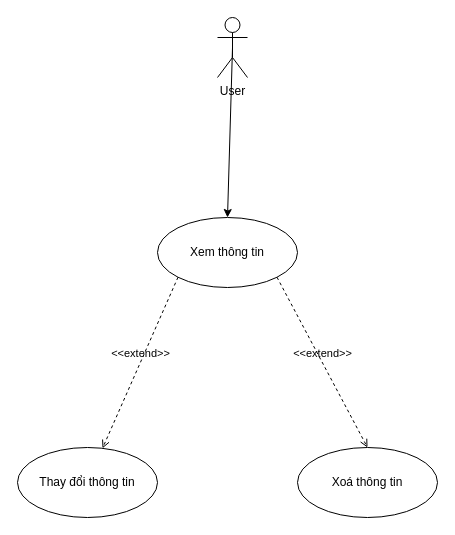
Earlier version of the draw.io diagram usecase_xemthongtin.drawio (alikuxac/alikuxac). Source tidied: cells renumbered, new cells numbered last; positions are measured from the earlier drawing's top-left corner, leaving out a move shared by most shapes. Both pictures are drawn from the tidied source at 100%, with x=0, y=0 at pixel (17, 17).
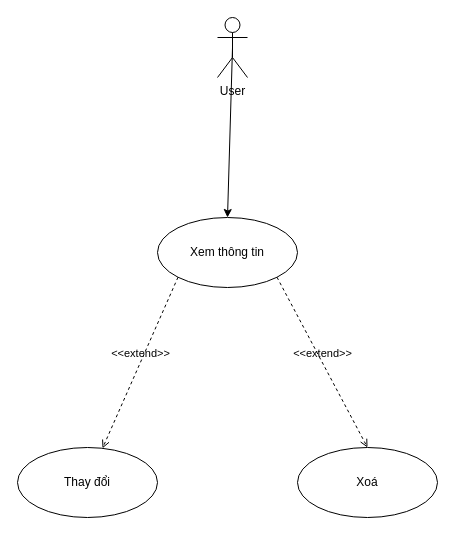
The same page after the edit.

Change to the diagram source:
```diff
@@
 <mxGraphModel>
   <root>
     <mxCell id="0" />
     <mxCell id="1" parent="0" />
     <mxCell id="2" value="User" style="shape=umlActor;verticalLabelPosition=bottom;verticalAlign=top;html=1;" parent="1" vertex="1">
       <mxGeometry x="200" width="30" height="60" as="geometry" />
     </mxCell>
     <mxCell id="3" value="Xem thông tin" style="ellipse;whiteSpace=wrap;html=1;" parent="1" vertex="1">
       <mxGeometry x="140" y="200" width="140" height="70" as="geometry" />
     </mxCell>
     <mxCell id="4" style="endArrow=classic;html=1;rounded=0;exitX=0.5;exitY=0.5;exitDx=0;exitDy=0;exitPerimeter=0;entryX=0.5;entryY=0;entryDx=0;entryDy=0;" parent="1" edge="1" source="2" target="3">
       <mxGeometry relative="1" as="geometry" />
     </mxCell>
     <mxCell id="5" value="&amp;lt;&amp;lt;extend&amp;gt;&amp;gt;" style="html=1;verticalAlign=bottom;labelBackgroundColor=none;endArrow=open;endFill=0;dashed=1;rounded=0;exitX=0;exitY=1;exitDx=0;exitDy=0;" parent="1" edge="1" source="3" target="6">
       <mxGeometry relative="1" as="geometry" />
     </mxCell>
-    <mxCell id="6" value="Thay đổi thông tin" style="ellipse;whiteSpace=wrap;html=1;" parent="1" vertex="1">
+    <mxCell id="6" value="Thay đổi" style="ellipse;whiteSpace=wrap;html=1;" parent="1" vertex="1">
       <mxGeometry y="430" width="140" height="70" as="geometry" />
     </mxCell>
-    <mxCell id="7" value="Xoá thông tin" style="ellipse;whiteSpace=wrap;html=1;" parent="1" vertex="1">
+    <mxCell id="7" value="Xoá" style="ellipse;whiteSpace=wrap;html=1;" parent="1" vertex="1">
       <mxGeometry x="280" y="430" width="140" height="70" as="geometry" />
     </mxCell>
     <mxCell id="8" value="&amp;lt;&amp;lt;extend&amp;gt;&amp;gt;" style="html=1;verticalAlign=bottom;labelBackgroundColor=none;endArrow=open;endFill=0;dashed=1;rounded=0;exitX=1;exitY=1;exitDx=0;exitDy=0;entryX=0.5;entryY=0;entryDx=0;entryDy=0;" parent="1" edge="1" source="3" target="7">
       <mxGeometry relative="1" as="geometry" />
     </mxCell>
   </root>
 </mxGraphModel>
```
